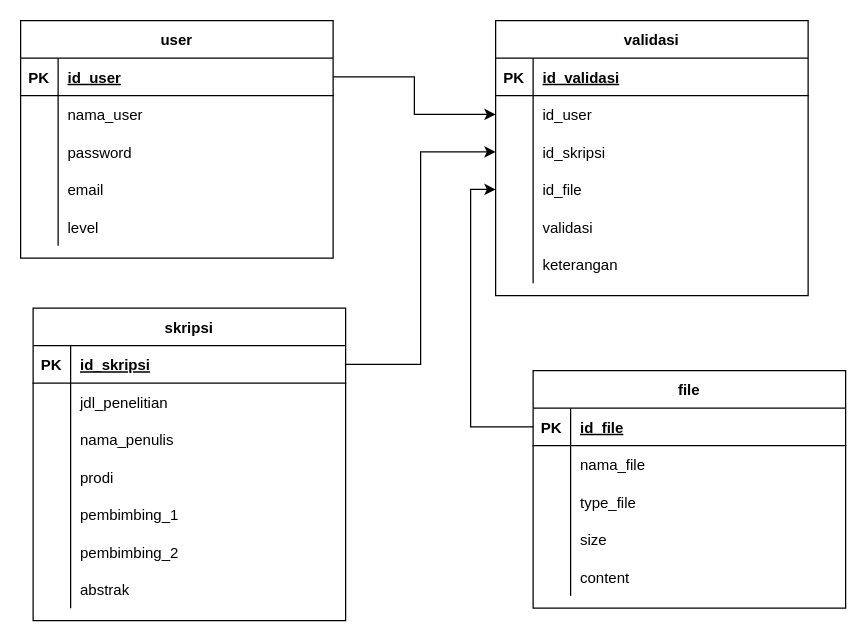
Before: Untitled Diagram.drawio in maman09/UasLaundry_170101001, a draw.io diagram. Source tidied: cells renumbered, new cells numbered last; positions are measured from the earlier drawing's top-left corner, leaving out a move shared by most shapes. Both pictures are drawn from the tidied source at 125%, with x=0, y=0 at pixel (20, 20).
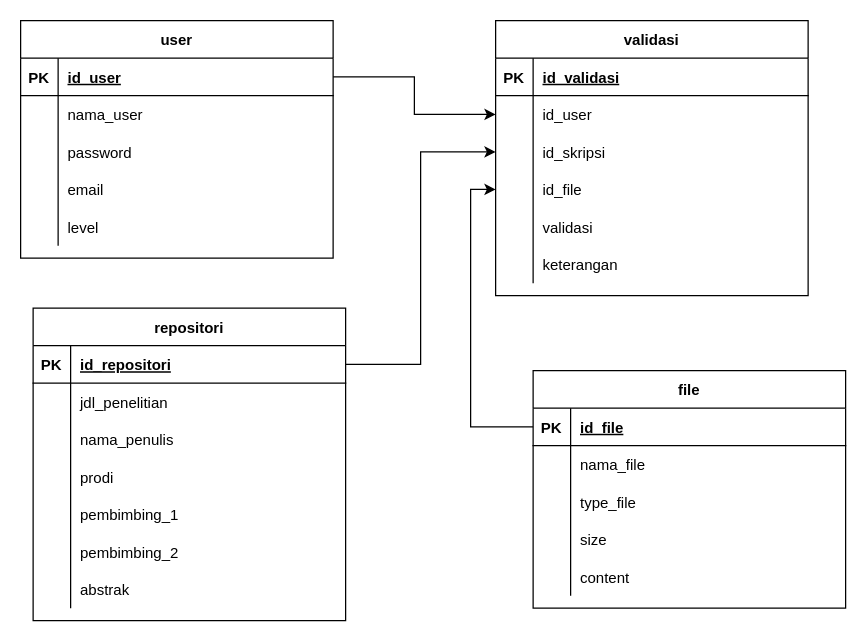
The same page after the edit.

Commit message:
relasi table

Unchanged cells that the change refers to:
```xml
<mxCell id="54" style="shape=partialRectangle;fillColor=none;points=[[0,0.5],[1,0.5]];portConstraint=eastwest;top=0;left=0;right=0;bottom=1;" parent="53" vertex="1">
  <mxGeometry y="30" width="250" height="30" as="geometry" />
</mxCell>
```

The edit, as a diff of the source:
```diff
@@
-    <mxCell id="53" value="skripsi" style="shape=table;startSize=30;childLayout=tableLayout;rowLines=0;fontStyle=1;align=center;" parent="1" vertex="1">
+    <mxCell id="53" value="repositori" style="shape=table;startSize=30;childLayout=tableLayout;rowLines=0;fontStyle=1;align=center;" parent="1" vertex="1">
       <mxGeometry x="10" y="230" width="250" height="250" as="geometry" />
     </mxCell>
@@
-    <mxCell id="56" value="id_skripsi" style="shape=partialRectangle;overflow=hidden;fillColor=none;top=0;left=0;bottom=0;right=0;align=left;spacingLeft=6;fontStyle=5;" parent="54" vertex="1">
+    <mxCell id="56" value="id_repositori" style="shape=partialRectangle;overflow=hidden;fillColor=none;top=0;left=0;bottom=0;right=0;align=left;spacingLeft=6;fontStyle=5;" parent="54" vertex="1">
       <mxGeometry x="30" width="220" height="30" as="geometry" />
     </mxCell>
```
